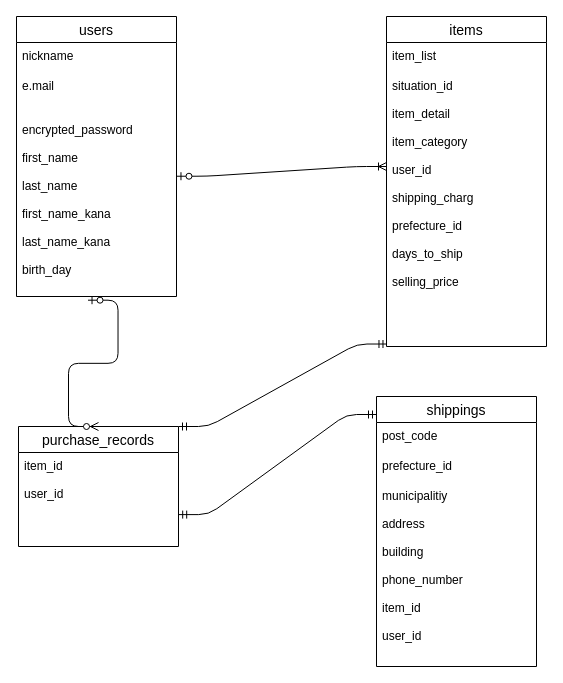
isukacoffee/furima-38197 keeps this draw.io diagram as test.dio. Above is the earlier version. Source tidied: cells renumbered, new cells numbered last; positions are measured from the earlier drawing's top-left corner, leaving out a move shared by most shapes. Both pictures are drawn from the tidied source at 100%, with x=0, y=0 at pixel (16, 16).
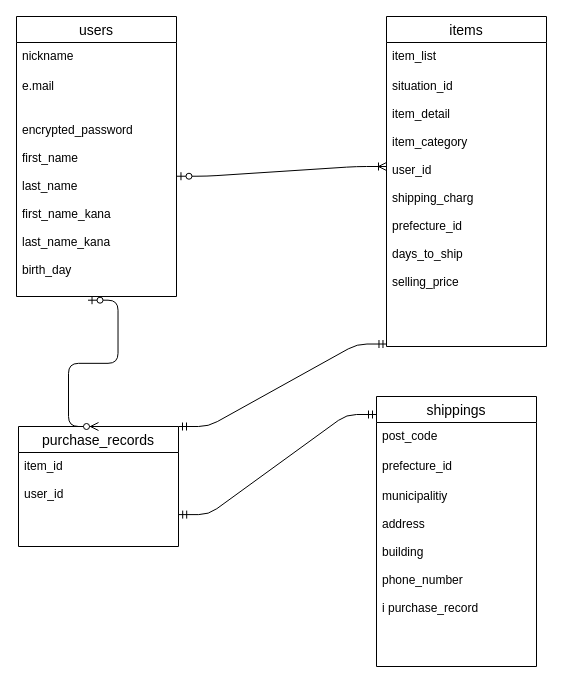
The same diagram, later.

Unchanged cells that the change refers to:
```xml
<mxCell id="11" value="shippings" style="swimlane;fontStyle=0;horizontal=1;startSize=26;align=center;fontSize=14;" parent="1" vertex="1">
  <mxGeometry x="360" y="380" width="160" height="270" as="geometry" />
</mxCell>
```

Diff of the diagram source:
```diff
@@
-    <mxCell id="14" value="municipalitiy&#10;&#10;address&#10;&#10;building&#10;&#10;phone_number&#10;&#10;item_id&#10;&#10;user_id&#10;" style="text;strokeColor=none;fillColor=none;spacingLeft=4;spacingRight=4;overflow=hidden;fontSize=12;" parent="11" vertex="1">
+    <mxCell id="14" value="municipalitiy&#10;&#10;address&#10;&#10;building&#10;&#10;phone_number&#10;&#10;i purchase_record&#10;" style="text;strokeColor=none;fillColor=none;spacingLeft=4;spacingRight=4;overflow=hidden;fontSize=12;" parent="11" vertex="1">
       <mxGeometry y="86" width="160" height="184" as="geometry" />
     </mxCell>
```
